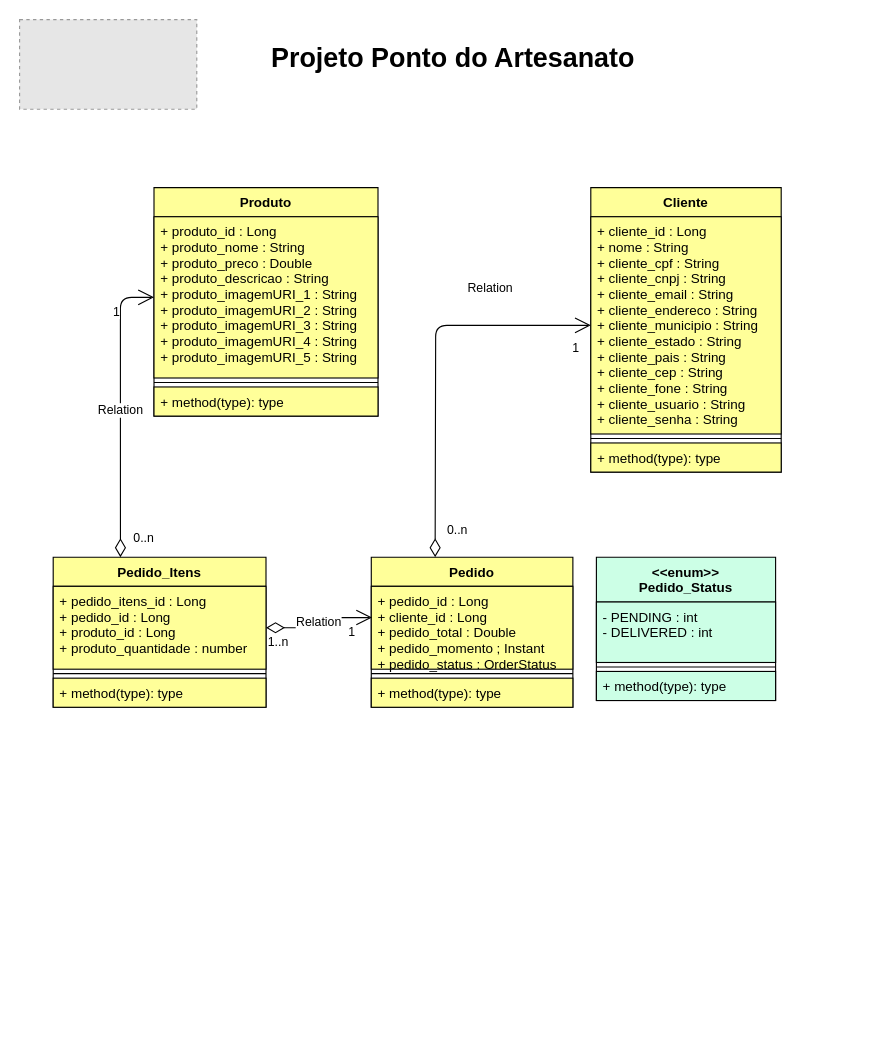
Before: Documentação/Diagrama Ponto do Artesanato.drawio in OrestesAraujo-Star/ponto-do-artesanato, a draw.io diagram. Source tidied: cells renumbered, new cells numbered last; positions are measured from the earlier drawing's top-left corner, leaving out a move shared by most shapes. Both pictures are drawn from the tidied source at 112%, with x=0, y=0 at pixel (19, 19). Pictures stored in the file or linked from it are replaced by grey dashed boxes.
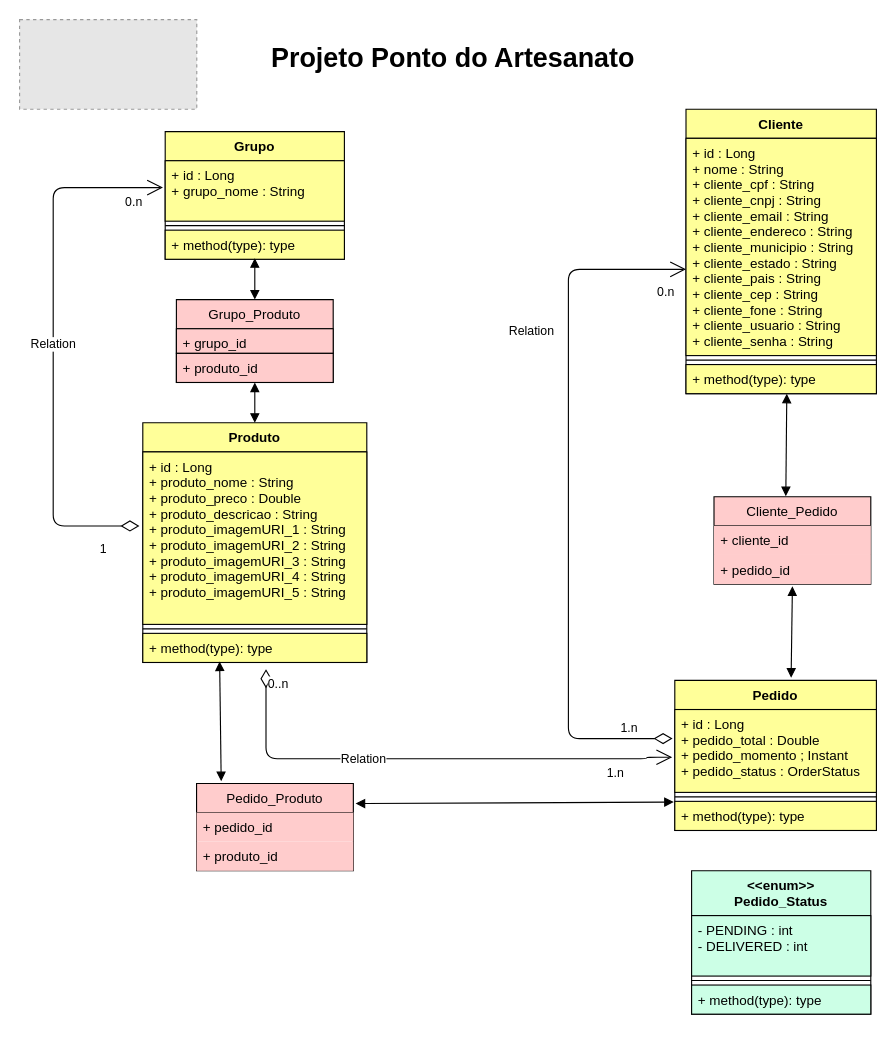
After the change.

Unchanged cells that the change refers to:
```xml
<mxCell id="14" value="+ method(type): type" style="text;fillColor=#FFFF99;align=left;verticalAlign=top;spacingLeft=4;spacingRight=4;overflow=hidden;points=[[0,0.5],[1,0.5]];portConstraint=eastwest;strokeColor=#000000;" parent="11" vertex="1">
  <mxGeometry y="108" width="180" height="26" as="geometry" />
</mxCell>
```

The edit, as a diff of the source:
```diff
@@
     <mxCell id="3" value="Cliente" style="swimlane;fontStyle=1;align=center;verticalAlign=top;horizontal=1;startSize=26;fillColor=#FFFF99;" parent="1" vertex="1">
-      <mxGeometry x="510" y="150" width="170" height="254" as="geometry" />
+      <mxGeometry x="595" y="80" width="170" height="254" as="geometry" />
     </mxCell>
-    <mxCell id="4" value="+ cliente_id : Long&#10;+ nome : String&#10;+ cliente_cpf : String&#10;+ cliente_cnpj : String&#10;+ cliente_email : String&#10;+ cliente_endereco : String&#10;+ cliente_municipio : String&#10;+ cliente_estado : String&#10;+ cliente_pais : String&#10;+ cliente_cep : String&#10;+ cliente_fone : String&#10;+ cliente_usuario : String&#10;+ cliente_senha : String" style="text;fillColor=#FFFF99;align=left;verticalAlign=top;spacingLeft=4;spacingRight=4;overflow=hidden;points=[[0,0.5],[1,0.5]];portConstraint=eastwest;strokeColor=#000000;" parent="3" vertex="1">
+    <mxCell id="4" value="+ id : Long&#10;+ nome : String&#10;+ cliente_cpf : String&#10;+ cliente_cnpj : String&#10;+ cliente_email : String&#10;+ cliente_endereco : String&#10;+ cliente_municipio : String&#10;+ cliente_estado : String&#10;+ cliente_pais : String&#10;+ cliente_cep : String&#10;+ cliente_fone : String&#10;+ cliente_usuario : String&#10;+ cliente_senha : String" style="text;fillColor=#FFFF99;align=left;verticalAlign=top;spacingLeft=4;spacingRight=4;overflow=hidden;points=[[0,0.5],[1,0.5]];portConstraint=eastwest;strokeColor=#000000;" parent="3" vertex="1">
       <mxGeometry y="26" width="170" height="194" as="geometry" />
     </mxCell>
@@
     <mxCell id="7" value="Produto" style="swimlane;fontStyle=1;align=center;verticalAlign=top;horizontal=1;startSize=26;fillColor=#FFFF99;" parent="1" vertex="1">
-      <mxGeometry x="120" y="150" width="200" height="204" as="geometry" />
+      <mxGeometry x="110" y="360" width="200" height="214" as="geometry" />
     </mxCell>
-    <mxCell id="8" value="+ produto_id : Long&#10;+ produto_nome : String&#10;+ produto_preco : Double&#10;+ produto_descricao : String&#10;+ produto_imagemURI_1 : String&#10;+ produto_imagemURI_2 : String&#10;+ produto_imagemURI_3 : String&#10;+ produto_imagemURI_4 : String&#10;+ produto_imagemURI_5 : String&#10;&#10;" style="text;fillColor=#FFFF99;align=left;verticalAlign=top;spacingLeft=4;spacingRight=4;overflow=hidden;points=[[0,0.5],[1,0.5]];portConstraint=eastwest;strokeColor=#000000;" parent="7" vertex="1">
-      <mxGeometry y="26" width="200" height="144" as="geometry" />
+    <mxCell id="8" value="+ id : Long&#10;+ produto_nome : String&#10;+ produto_preco : Double&#10;+ produto_descricao : String&#10;+ produto_imagemURI_1 : String&#10;+ produto_imagemURI_2 : String&#10;+ produto_imagemURI_3 : String&#10;+ produto_imagemURI_4 : String&#10;+ produto_imagemURI_5 : String&#10;&#10;" style="text;fillColor=#FFFF99;align=left;verticalAlign=top;spacingLeft=4;spacingRight=4;overflow=hidden;points=[[0,0.5],[1,0.5]];portConstraint=eastwest;strokeColor=#000000;" parent="7" vertex="1">
+      <mxGeometry y="26" width="200" height="154" as="geometry" />
     </mxCell>
+    <mxCell id="34" value="Relation" style="endArrow=open;html=1;endSize=12;startArrow=diamondThin;startSize=14;startFill=0;edgeStyle=orthogonalEdgeStyle;exitX=-0.015;exitY=0.442;exitDx=0;exitDy=0;exitPerimeter=0;" parent="7" edge="1">
+      <mxGeometry relative="1" as="geometry">
+        <mxPoint x="-3" y="92.1" as="sourcePoint" />
+        <mxPoint x="18" y="-210" as="targetPoint" />
+        <Array as="points">
+          <mxPoint x="-80" y="92" />
+          <mxPoint x="-80" y="-210" />
+          <mxPoint x="18" y="-210" />
+        </Array>
+      </mxGeometry>
+    </mxCell>
+    <mxCell id="35" value="1&lt;br&gt;" style="edgeLabel;html=1;align=left;verticalAlign=top;" parent="34" vertex="1">
+      <mxGeometry x="-1" relative="1" as="geometry">
+        <mxPoint x="-37" y="7.9" as="offset" />
+      </mxGeometry>
+    </mxCell>
+    <mxCell id="36" value="0.n&lt;br&gt;" style="edgeLabel;html=1;align=right;verticalAlign=top;" parent="34" vertex="1">
+      <mxGeometry x="1" relative="1" as="geometry">
+        <mxPoint x="-18.1" as="offset" />
+      </mxGeometry>
+    </mxCell>
     <mxCell id="9" style="line;strokeWidth=1;fillColor=#FFFF66;align=left;verticalAlign=middle;spacingTop=-1;spacingLeft=3;spacingRight=3;labelPosition=right;" parent="7" vertex="1">
-      <mxGeometry y="170" width="200" height="8" as="geometry" />
+      <mxGeometry y="180" width="200" height="8" as="geometry" />
     </mxCell>
     <mxCell id="10" value="+ method(type): type" style="text;fillColor=#FFFF99;align=left;verticalAlign=top;spacingLeft=4;spacingRight=4;overflow=hidden;points=[[0,0.5],[1,0.5]];portConstraint=eastwest;strokeColor=#000000;" parent="7" vertex="1">
-      <mxGeometry y="178" width="200" height="26" as="geometry" />
+      <mxGeometry y="188" width="200" height="26" as="geometry" />
     </mxCell>
     <mxCell id="11" value="Pedido" style="swimlane;fontStyle=1;align=center;verticalAlign=top;horizontal=1;startSize=26;fillColor=#FFFF99;" parent="1" vertex="1">
-      <mxGeometry x="314" y="480" width="180" height="134" as="geometry" />
+      <mxGeometry x="585" y="590" width="180" height="134" as="geometry" />
     </mxCell>
-    <mxCell id="12" value="+ pedido_id : Long&#10;+ cliente_id : Long&#10;+ pedido_total : Double&#10;+ pedido_momento ; Instant&#10;+ pedido_status : OrderStatus&#10;" style="text;fillColor=#FFFF99;align=left;verticalAlign=top;spacingLeft=4;spacingRight=4;overflow=hidden;points=[[0,0.5],[1,0.5]];portConstraint=eastwest;strokeColor=#000000;" parent="11" vertex="1">
+    <mxCell id="12" value="+ id : Long&#10;+ pedido_total : Double&#10;+ pedido_momento ; Instant&#10;+ pedido_status : OrderStatus&#10;" style="text;fillColor=#FFFF99;align=left;verticalAlign=top;spacingLeft=4;spacingRight=4;overflow=hidden;points=[[0,0.5],[1,0.5]];portConstraint=eastwest;strokeColor=#000000;" parent="11" vertex="1">
       <mxGeometry y="26" width="180" height="74" as="geometry" />
     </mxCell>
@@
     <mxCell id="15" value="&lt;&lt;enum&gt;&gt;&#10;Pedido_Status" style="swimlane;fontStyle=1;align=center;verticalAlign=top;horizontal=1;startSize=40;fillColor=#CCFFE6;" parent="1" vertex="1">
-      <mxGeometry x="515" y="480" width="160" height="128" as="geometry" />
+      <mxGeometry x="600" y="760" width="160" height="128" as="geometry" />
     </mxCell>
@@
-    <mxCell id="19" value="Pedido_Itens&#10;" style="swimlane;fontStyle=1;align=center;verticalAlign=top;horizontal=1;startSize=26;fillColor=#FFFF99;" parent="1" vertex="1">
-      <mxGeometry x="30" y="480" width="190" height="134" as="geometry" />
-    </mxCell>
-    <mxCell id="20" value="+ pedido_itens_id : Long&#10;+ pedido_id : Long&#10;+ produto_id : Long&#10;+ produto_quantidade : number&#10;" style="text;fillColor=#FFFF99;align=left;verticalAlign=top;spacingLeft=4;spacingRight=4;overflow=hidden;points=[[0,0.5],[1,0.5]];portConstraint=eastwest;strokeColor=#000000;" parent="19" vertex="1">
-      <mxGeometry y="26" width="190" height="74" as="geometry" />
-    </mxCell>
-    <mxCell id="21" style="line;strokeWidth=1;fillColor=#FFFF99;align=left;verticalAlign=middle;spacingTop=-1;spacingLeft=3;spacingRight=3;labelPosition=right;" parent="19" vertex="1">
-      <mxGeometry y="100" width="190" height="8" as="geometry" />
-    </mxCell>
-    <mxCell id="22" value="+ method(type): type" style="text;fillColor=#FFFF99;align=left;verticalAlign=top;spacingLeft=4;spacingRight=4;overflow=hidden;points=[[0,0.5],[1,0.5]];portConstraint=eastwest;strokeColor=#000000;" parent="19" vertex="1">
-      <mxGeometry y="108" width="190" height="26" as="geometry" />
-    </mxCell>
-    <mxCell id="23" value="Relation" style="endArrow=open;html=1;endSize=12;startArrow=diamondThin;startSize=14;startFill=0;edgeStyle=orthogonalEdgeStyle;" parent="1" edge="1" target="4">
+    <mxCell id="23" value="Relation" style="endArrow=open;html=1;endSize=12;startArrow=diamondThin;startSize=14;startFill=0;edgeStyle=orthogonalEdgeStyle;exitX=-0.011;exitY=0.351;exitDx=0;exitDy=0;exitPerimeter=0;" parent="1" edge="1" source="12" target="4">
       <mxGeometry x="0.48" y="33" relative="1" as="geometry">
-        <mxPoint x="371" y="480" as="sourcePoint" />
+        <Array as="points">
+          <mxPoint x="490" y="642" />
+          <mxPoint x="490" y="223" />
+        </Array>
       </mxGeometry>
     </mxCell>
-    <mxCell id="24" value="0..n" style="edgeLabel;html=1;align=left;verticalAlign=top;" parent="23" vertex="1">
+    <mxCell id="24" value="1.n" style="edgeLabel;html=1;align=left;verticalAlign=top;" parent="23" vertex="1">
       <mxGeometry x="-1" relative="1" as="geometry">
-        <mxPoint x="8.6" y="-37" as="offset" />
+        <mxPoint x="-48" y="-22" as="offset" />
       </mxGeometry>
     </mxCell>
-    <mxCell id="25" value="1" style="edgeLabel;html=1;align=right;verticalAlign=top;fillColor=#FFFF99;" parent="23" vertex="1">
+    <mxCell id="25" value="0.n" style="edgeLabel;html=1;align=right;verticalAlign=top;fillColor=#FFFF99;" parent="23" vertex="1">
       <mxGeometry x="1" relative="1" as="geometry">
         <mxPoint x="-10.2" y="7" as="offset" />
       </mxGeometry>
     </mxCell>
-    <mxCell id="26" value="Relation" style="endArrow=open;html=1;endSize=12;startArrow=diamondThin;startSize=14;startFill=0;edgeStyle=orthogonalEdgeStyle;exitX=0.316;exitY=0;exitDx=0;exitDy=0;exitPerimeter=0;" parent="1" edge="1" source="19" target="8">
-      <mxGeometry relative="1" as="geometry" />
-    </mxCell>
-    <mxCell id="27" value="0..n" style="edgeLabel;html=1;align=left;verticalAlign=top;" parent="26" vertex="1">
-      <mxGeometry x="-1" relative="1" as="geometry">
-        <mxPoint x="10" y="-30" as="offset" />
-      </mxGeometry>
-    </mxCell>
-    <mxCell id="28" value="1" style="edgeLabel;html=1;align=right;verticalAlign=top;" parent="26" vertex="1">
-      <mxGeometry x="1" relative="1" as="geometry">
-        <mxPoint x="-30.3" as="offset" />
-      </mxGeometry>
-    </mxCell>
-    <mxCell id="29" value="Relation" style="endArrow=open;html=1;endSize=12;startArrow=diamondThin;startSize=14;startFill=0;edgeStyle=orthogonalEdgeStyle;exitX=1;exitY=0.5;exitDx=0;exitDy=0;entryX=0.004;entryY=0.377;entryDx=0;entryDy=0;entryPerimeter=0;" parent="1" edge="1" source="20" target="12">
-      <mxGeometry relative="1" as="geometry" />
-    </mxCell>
-    <mxCell id="30" value="1..n" style="edgeLabel;html=1;align=left;verticalAlign=top;fillColor=#FFFF99;" parent="29" vertex="1">
-      <mxGeometry x="-1" relative="1" as="geometry" />
-    </mxCell>
-    <mxCell id="31" value="1" style="edgeLabel;html=1;align=right;verticalAlign=top;" parent="29" vertex="1">
-      <mxGeometry x="1" relative="1" as="geometry">
-        <mxPoint x="-15" as="offset" />
-      </mxGeometry>
-    </mxCell>
@@
+    <mxCell id="37" value="Grupo" style="swimlane;fontStyle=1;align=center;verticalAlign=top;horizontal=1;startSize=26;fillColor=#FFFF99;" parent="1" vertex="1">
+      <mxGeometry x="130" y="100" width="160" height="114" as="geometry" />
+    </mxCell>
+    <mxCell id="38" value="+ id : Long&#10;+ grupo_nome : String" style="text;align=left;verticalAlign=top;spacingLeft=4;spacingRight=4;overflow=hidden;fillColor=#FFFF99;strokeColor=#000000;" parent="37" vertex="1">
+      <mxGeometry y="26" width="160" height="54" as="geometry" />
+    </mxCell>
+    <mxCell id="39" style="line;strokeWidth=1;fillColor=none;align=left;verticalAlign=middle;spacingTop=-1;spacingLeft=3;spacingRight=3;labelPosition=right;" parent="37" vertex="1">
+      <mxGeometry y="80" width="160" height="8" as="geometry" />
+    </mxCell>
+    <mxCell id="22" value="+ method(type): type" style="text;align=left;verticalAlign=top;spacingLeft=4;spacingRight=4;overflow=hidden;points=[[0,0.5],[1,0.5]];portConstraint=eastwest;fillColor=#FFFF99;strokeColor=#000000;" parent="37" vertex="1">
+      <mxGeometry y="88" width="160" height="26" as="geometry" />
+    </mxCell>
+    <mxCell id="40" value="Grupo_Produto" style="swimlane;fontStyle=0;horizontal=1;startSize=26;fillColor=#FFCCCC;" parent="1" vertex="1">
+      <mxGeometry x="140" y="250" width="140" height="74" as="geometry" />
+    </mxCell>
+    <mxCell id="41" value="+ grupo_id" style="text;align=left;verticalAlign=top;spacingLeft=4;spacingRight=4;overflow=hidden;strokeColor=#000000;fillColor=#FFCCCC;" parent="40" vertex="1">
+      <mxGeometry y="26" width="140" height="22" as="geometry" />
+    </mxCell>
+    <mxCell id="42" value="+ produto_id" style="text;align=left;verticalAlign=top;spacingLeft=4;spacingRight=4;overflow=hidden;strokeColor=#000000;fillColor=#FFCCCC;" parent="40" vertex="1">
+      <mxGeometry y="48" width="140" height="26" as="geometry" />
+    </mxCell>
+    <mxCell id="43" value="Cliente_Pedido" style="swimlane;fontStyle=0;horizontal=1;startSize=26;fillColor=#FFCCCC;" parent="1" vertex="1">
+      <mxGeometry x="620" y="426" width="140" height="78" as="geometry" />
+    </mxCell>
+    <mxCell id="44" value="+ cliente_id" style="text;strokeColor=none;align=left;verticalAlign=top;spacingLeft=4;spacingRight=4;overflow=hidden;fillColor=#FFCCCC;" parent="43" vertex="1">
+      <mxGeometry y="26" width="140" height="26" as="geometry" />
+    </mxCell>
+    <mxCell id="45" value="+ pedido_id" style="text;strokeColor=none;align=left;verticalAlign=top;spacingLeft=4;spacingRight=4;overflow=hidden;fillColor=#FFCCCC;" parent="43" vertex="1">
+      <mxGeometry y="52" width="140" height="26" as="geometry" />
+    </mxCell>
+    <mxCell id="46" value="Relation" style="endArrow=open;html=1;endSize=12;startArrow=diamondThin;startSize=14;startFill=0;edgeStyle=orthogonalEdgeStyle;entryX=-0.013;entryY=0.576;entryDx=0;entryDy=0;entryPerimeter=0;" parent="1" edge="1" target="12">
+      <mxGeometry x="-0.25" relative="1" as="geometry">
+        <mxPoint x="220" y="580" as="sourcePoint" />
+        <Array as="points">
+          <mxPoint x="220" y="660" />
+          <mxPoint x="560" y="660" />
+          <mxPoint x="560" y="659" />
+          <mxPoint x="583" y="659" />
+        </Array>
+      </mxGeometry>
+    </mxCell>
+    <mxCell id="27" value="0..n" style="edgeLabel;html=1;align=left;verticalAlign=top;" parent="46" vertex="1">
+      <mxGeometry x="-1" relative="1" as="geometry" />
+    </mxCell>
+    <mxCell id="47" value="1.n&lt;br&gt;" style="edgeLabel;html=1;align=right;verticalAlign=top;" parent="46" vertex="1">
+      <mxGeometry x="1" relative="1" as="geometry">
+        <mxPoint x="-42.7" y="1.4" as="offset" />
+      </mxGeometry>
+    </mxCell>
+    <mxCell id="48" value="Pedido_Produto" style="swimlane;fontStyle=0;horizontal=1;startSize=26;strokeColor=#000000;fillColor=#FFCCCC;" parent="1" vertex="1">
+      <mxGeometry x="158" y="682" width="140" height="78" as="geometry" />
+    </mxCell>
+    <mxCell id="49" value="+ pedido_id" style="text;strokeColor=none;align=left;verticalAlign=top;spacingLeft=4;spacingRight=4;overflow=hidden;fillColor=#FFCCCC;" parent="48" vertex="1">
+      <mxGeometry y="26" width="140" height="26" as="geometry" />
+    </mxCell>
+    <mxCell id="50" value="+ produto_id" style="text;strokeColor=none;align=left;verticalAlign=top;spacingLeft=4;spacingRight=4;overflow=hidden;fillColor=#FFCCCC;" parent="48" vertex="1">
+      <mxGeometry y="52" width="140" height="26" as="geometry" />
+    </mxCell>
+    <mxCell id="51" style="endArrow=block;startArrow=block;endFill=1;startFill=1;html=1;entryX=0.5;entryY=0;entryDx=0;entryDy=0;exitX=0.5;exitY=0.962;exitDx=0;exitDy=0;exitPerimeter=0;" parent="1" edge="1" source="22" target="40">
+      <mxGeometry relative="1" as="geometry" />
+    </mxCell>
+    <mxCell id="52" style="endArrow=block;startArrow=block;endFill=1;startFill=1;html=1;entryX=0.5;entryY=0;entryDx=0;entryDy=0;exitX=0.5;exitY=1;exitDx=0;exitDy=0;" parent="1" edge="1" source="40" target="7">
+      <mxGeometry relative="1" as="geometry" />
+    </mxCell>
+    <mxCell id="53" style="endArrow=block;startArrow=block;endFill=1;startFill=1;html=1;entryX=0.458;entryY=-0.006;entryDx=0;entryDy=0;entryPerimeter=0;" parent="1" edge="1" target="43">
+      <mxGeometry relative="1" as="geometry">
+        <mxPoint x="685" y="334" as="sourcePoint" />
+      </mxGeometry>
+    </mxCell>
+    <mxCell id="54" style="endArrow=block;startArrow=block;endFill=1;startFill=1;html=1;entryX=0.577;entryY=-0.018;entryDx=0;entryDy=0;entryPerimeter=0;" parent="1" edge="1" target="11">
+      <mxGeometry relative="1" as="geometry">
+        <mxPoint x="690" y="506" as="sourcePoint" />
+        <Array as="points">
+          <mxPoint x="689.5" y="506" />
+        </Array>
+      </mxGeometry>
+    </mxCell>
+    <mxCell id="55" style="endArrow=block;startArrow=block;endFill=1;startFill=1;html=1;entryX=-0.005;entryY=0.025;entryDx=0;entryDy=0;entryPerimeter=0;" parent="1" edge="1" target="14">
+      <mxGeometry relative="1" as="geometry">
+        <mxPoint x="300" y="700" as="sourcePoint" />
+      </mxGeometry>
+    </mxCell>
+    <mxCell id="56" style="endArrow=block;startArrow=block;endFill=1;startFill=1;html=1;exitX=0.343;exitY=0.967;exitDx=0;exitDy=0;exitPerimeter=0;" parent="1" edge="1" source="10">
+      <mxGeometry relative="1" as="geometry">
+        <mxPoint x="180" y="680" as="targetPoint" />
+      </mxGeometry>
+    </mxCell>
```
